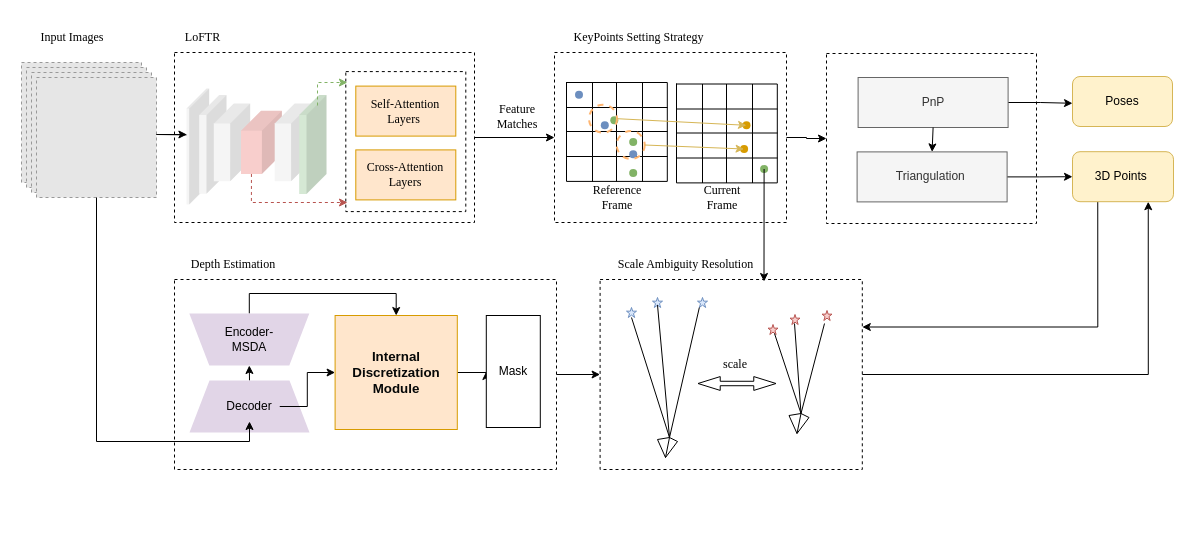
Earlier version of the draw.io diagram approach.drawio (Abigail248/endoscope_orb_slan3). Source tidied: cells renumbered, new cells numbered last; positions are measured from the earlier drawing's top-left corner, leaving out a move shared by most shapes. Both pictures are drawn from the tidied source at 100%, with x=0, y=0 at pixel (17, 17). Pictures stored in the file or linked from it are replaced by grey dashed boxes.
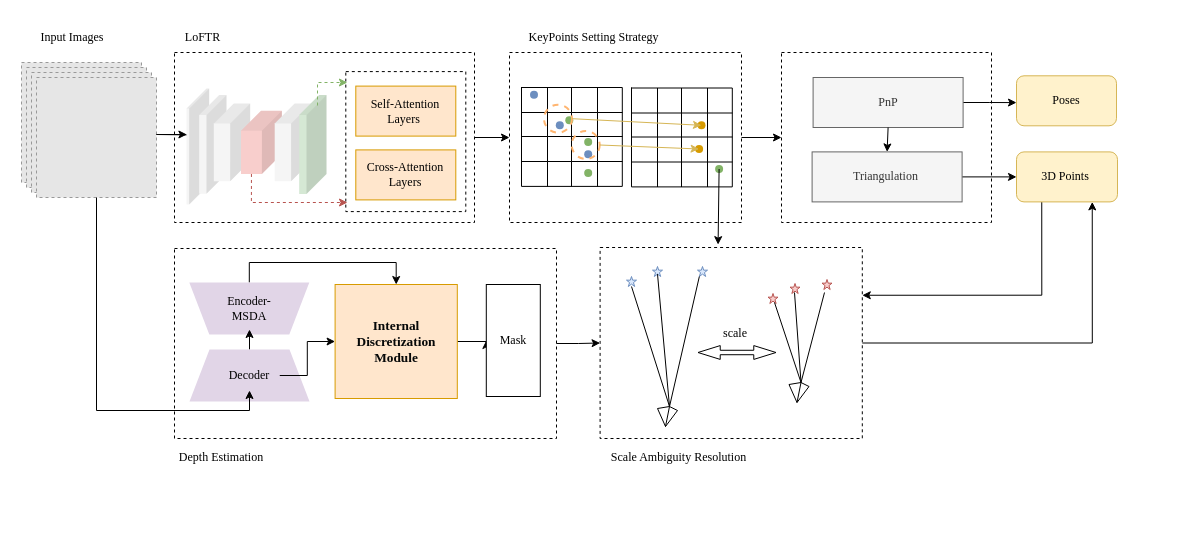
Above is the later version.

What changed in the source:
```diff
@@
     <mxCell id="2" style="rounded=0;whiteSpace=wrap;html=1;dashed=1;fillColor=none;strokeColor=default;" parent="1" vertex="1">
-      <mxGeometry x="157" y="262" width="382" height="190" as="geometry" />
+      <mxGeometry x="157" y="231" width="382" height="190" as="geometry" />
     </mxCell>
     <mxCell id="3" style="rounded=0;whiteSpace=wrap;html=1;dashed=1;fillColor=none;strokeColor=default;" parent="1" vertex="1">
-      <mxGeometry x="537" y="35" width="232" height="170" as="geometry" />
+      <mxGeometry x="492" y="35" width="232" height="170" as="geometry" />
     </mxCell>
     <mxCell id="4" style="verticalLabelPosition=bottom;verticalAlign=top;html=1;shape=mxgraph.basic.pyramid;dx1=0.4;dx2=0.6;dy1=0.9;dy2=0.8;flipH=0;flipV=1;" parent="1" vertex="1">
-      <mxGeometry x="640" y="420" width="20" height="20" as="geometry" />
+      <mxGeometry x="640" y="389" width="20" height="20" as="geometry" />
     </mxCell>
     <mxCell id="5" style="verticalLabelPosition=bottom;verticalAlign=top;html=1;shape=mxgraph.basic.star;fillColor=#dae8fc;strokeColor=#6c8ebf;" parent="1" vertex="1">
-      <mxGeometry x="635" y="280" width="10" height="10" as="geometry" />
+      <mxGeometry x="635" y="249" width="10" height="10" as="geometry" />
     </mxCell>
@@
     <mxCell id="7" style="verticalLabelPosition=bottom;verticalAlign=top;html=1;shape=mxgraph.basic.star;fillColor=#dae8fc;strokeColor=#6c8ebf;" parent="1" vertex="1">
-      <mxGeometry x="609" y="290" width="10" height="10" as="geometry" />
+      <mxGeometry x="609" y="259" width="10" height="10" as="geometry" />
     </mxCell>
     <mxCell id="8" style="verticalLabelPosition=bottom;verticalAlign=top;html=1;shape=mxgraph.basic.star;fillColor=#dae8fc;strokeColor=#6c8ebf;" parent="1" vertex="1">
-      <mxGeometry x="680" y="280" width="10" height="10" as="geometry" />
+      <mxGeometry x="680" y="249" width="10" height="10" as="geometry" />
     </mxCell>
     <mxCell id="9" style="endArrow=none;html=1;rounded=0;exitX=0;exitY=0;exitDx=12;exitDy=20;exitPerimeter=0;" parent="1" edge="1" source="4">
       <mxGeometry relative="1" as="geometry">
-        <mxPoint x="614" y="300" as="targetPoint" />
+        <mxPoint x="614" y="269" as="targetPoint" />
       </mxGeometry>
     </mxCell>
@@
     <mxCell id="11" style="verticalLabelPosition=bottom;verticalAlign=top;html=1;shape=mxgraph.basic.pyramid;dx1=0.4;dx2=0.6;dy1=0.9;dy2=0.8;flipH=0;flipV=1;" parent="1" vertex="1">
-      <mxGeometry x="771.5" y="396" width="20" height="20" as="geometry" />
+      <mxGeometry x="771.5" y="365" width="20" height="20" as="geometry" />
     </mxCell>
     <mxCell id="12" style="verticalLabelPosition=bottom;verticalAlign=top;html=1;shape=mxgraph.basic.star;fillColor=#f8cecc;strokeColor=#b85450;" parent="1" vertex="1">
-      <mxGeometry x="772.5" y="297" width="10" height="10" as="geometry" />
+      <mxGeometry x="772.5" y="266" width="10" height="10" as="geometry" />
     </mxCell>
     <mxCell id="13" style="endArrow=none;html=1;rounded=0;exitX=0;exitY=0;exitDx=12;exitDy=20;exitPerimeter=0;" parent="1" edge="1" source="11">
       <mxGeometry relative="1" as="geometry">
-        <mxPoint x="777" y="306" as="targetPoint" />
+        <mxPoint x="777" y="275" as="targetPoint" />
       </mxGeometry>
     </mxCell>
     <mxCell id="14" style="verticalLabelPosition=bottom;verticalAlign=top;html=1;shape=mxgraph.basic.star;fillColor=#f8cecc;strokeColor=#b85450;" parent="1" vertex="1">
-      <mxGeometry x="750.5" y="307" width="10" height="10" as="geometry" />
+      <mxGeometry x="750.5" y="276" width="10" height="10" as="geometry" />
     </mxCell>
     <mxCell id="15" style="verticalLabelPosition=bottom;verticalAlign=top;html=1;shape=mxgraph.basic.star;fillColor=#f8cecc;strokeColor=#b85450;" parent="1" vertex="1">
-      <mxGeometry x="804.5" y="293" width="10" height="10" as="geometry" />
+      <mxGeometry x="804.5" y="262" width="10" height="10" as="geometry" />
     </mxCell>
     <mxCell id="16" style="endArrow=none;html=1;rounded=0;exitX=0;exitY=0;exitDx=12;exitDy=20;exitPerimeter=0;" parent="1" edge="1" source="11">
       <mxGeometry relative="1" as="geometry">
-        <mxPoint x="757" y="316" as="targetPoint" />
+        <mxPoint x="757" y="285" as="targetPoint" />
       </mxGeometry>
     </mxCell>
     <mxCell id="17" style="endArrow=none;html=1;rounded=0;exitX=0;exitY=0;exitDx=12;exitDy=20;exitPerimeter=0;" parent="1" edge="1" source="11">
       <mxGeometry relative="1" as="geometry">
-        <mxPoint x="807" y="306" as="targetPoint" />
+        <mxPoint x="807" y="275" as="targetPoint" />
       </mxGeometry>
     </mxCell>
     <mxCell id="18" style="shape=flexArrow;endArrow=classic;startArrow=classic;html=1;rounded=0;width=4.444444444444445;startSize=7.0777777777777775;endWidth=8.395061728395062;endSize=7.0777777777777775;startWidth=8.395061728395062;" parent="1" edge="1">
       <mxGeometry relative="1" as="geometry">
-        <mxPoint x="680" y="366" as="sourcePoint" />
-        <mxPoint x="759" y="366" as="targetPoint" />
+        <mxPoint x="680" y="335" as="sourcePoint" />
+        <mxPoint x="759" y="335" as="targetPoint" />
       </mxGeometry>
     </mxCell>
     <mxCell id="19" style="shape=table;startSize=0;childLayout=tableLayout;" parent="1" vertex="1">
-      <mxGeometry x="659" y="66.5" width="100.8" height="98.9" as="geometry" />
+      <mxGeometry x="614" y="70.5" width="100.8" height="98.9" as="geometry" />
     </mxCell>
@@
     <mxCell id="40" style="shape=table;startSize=0;childLayout=tableLayout;" parent="1" vertex="1">
-      <mxGeometry x="549" y="65" width="100.8" height="98.9" as="geometry" />
+      <mxGeometry x="504" y="70" width="100.8" height="98.9" as="geometry" />
     </mxCell>
@@
     <mxCell id="62" style="shape=waypoint;sketch=0;fillStyle=solid;size=6;fillColor=#dae8fc;perimeter=centerPerimeter;strokeColor=#6c8ebf;strokeWidth=2;" parent="1" vertex="1">
-      <mxGeometry x="577.3" y="97.8" width="20" height="20" as="geometry" />
+      <mxGeometry x="532.3" y="97.8" width="20" height="20" as="geometry" />
     </mxCell>
     <mxCell id="63" style="shape=waypoint;sketch=0;fillStyle=solid;size=6;fillColor=#d5e8d4;perimeter=centerPerimeter;strokeColor=#82b366;strokeWidth=2;" parent="1" vertex="1">
-      <mxGeometry x="586.8" y="92.8" width="20" height="20" as="geometry" />
+      <mxGeometry x="541.8" y="92.8" width="20" height="20" as="geometry" />
     </mxCell>
     <mxCell id="64" style="shape=waypoint;sketch=0;fillStyle=solid;size=6;fillColor=#d5e8d4;perimeter=centerPerimeter;strokeColor=#82b366;strokeWidth=2;perimeterSpacing=2;" parent="1" vertex="1">
-      <mxGeometry x="605.7" y="114.5" width="20" height="20" as="geometry" />
+      <mxGeometry x="560.7" y="114.5" width="20" height="20" as="geometry" />
     </mxCell>
     <mxCell id="65" style="shape=waypoint;sketch=0;fillStyle=solid;size=6;fillColor=#dae8fc;perimeter=centerPerimeter;strokeColor=#6c8ebf;strokeWidth=2;" parent="1" vertex="1">
-      <mxGeometry x="605.7" y="126.8" width="20" height="20" as="geometry" />
+      <mxGeometry x="560.7" y="126.8" width="20" height="20" as="geometry" />
     </mxCell>
     <mxCell id="66" style="shape=waypoint;sketch=0;fillStyle=solid;size=6;points=[];fillColor=#d5e8d4;perimeter=centerPerimeter;snapToPoint=1;strokeColor=#82b366;strokeWidth=2;" parent="1" vertex="1">
-      <mxGeometry x="605.7" y="145.4" width="20" height="20" as="geometry" />
+      <mxGeometry x="560.7" y="145.4" width="20" height="20" as="geometry" />
     </mxCell>
     <mxCell id="67" style="ellipse;whiteSpace=wrap;html=1;fillColor=none;dashed=1;strokeColor=#FFB570;strokeWidth=2;" parent="1" vertex="1">
-      <mxGeometry x="571.5" y="87.2" width="28" height="28" as="geometry" />
+      <mxGeometry x="526.5" y="87.2" width="28" height="28" as="geometry" />
     </mxCell>
     <mxCell id="68" style="ellipse;whiteSpace=wrap;html=1;fillColor=none;dashed=1;strokeColor=#FFB570;strokeWidth=2;" parent="1" vertex="1">
-      <mxGeometry x="599.2" y="113.5" width="28" height="28" as="geometry" />
+      <mxGeometry x="554.2" y="113.5" width="28" height="28" as="geometry" />
     </mxCell>
@@
     <mxCell id="70" style="shape=waypoint;sketch=0;fillStyle=solid;size=6;fillColor=#dae8fc;perimeter=centerPerimeter;strokeColor=#6c8ebf;strokeWidth=2;" parent="1" vertex="1">
-      <mxGeometry x="551.5" y="67.2" width="20" height="20" as="geometry" />
+      <mxGeometry x="506.5" y="67.2" width="20" height="20" as="geometry" />
     </mxCell>
     <mxCell id="71" style="shape=waypoint;sketch=0;fillStyle=solid;size=6;points=[];fillColor=#ffe6cc;perimeter=centerPerimeter;snapToPoint=1;strokeColor=#d79b00;strokeWidth=2;" parent="1" vertex="1">
-      <mxGeometry x="719" y="97.8" width="20" height="20" as="geometry" />
+      <mxGeometry x="674" y="97.8" width="20" height="20" as="geometry" />
     </mxCell>
     <mxCell id="72" style="shape=waypoint;sketch=0;fillStyle=solid;size=6;points=[];fillColor=#ffe6cc;perimeter=centerPerimeter;snapToPoint=1;strokeColor=#d79b00;strokeWidth=2;perimeterSpacing=2;" parent="1" vertex="1">
-      <mxGeometry x="716.6" y="121.5" width="20" height="20" as="geometry" />
+      <mxGeometry x="671.6" y="121.5" width="20" height="20" as="geometry" />
     </mxCell>
     <mxCell id="73" style="shape=waypoint;sketch=0;fillStyle=solid;size=6;points=[];fillColor=#d5e8d4;perimeter=centerPerimeter;snapToPoint=1;strokeColor=#82b366;strokeWidth=2;" parent="1" vertex="1">
-      <mxGeometry x="736.6" y="141.5" width="20" height="20" as="geometry" />
+      <mxGeometry x="691.6" y="141.5" width="20" height="20" as="geometry" />
     </mxCell>
@@
-    <mxCell id="98" value="Feature&lt;br&gt;&amp;nbsp;Matches&amp;nbsp;" style="text;html=1;align=center;verticalAlign=middle;whiteSpace=wrap;rounded=0;fontFamily=Times New Roman;" parent="1" vertex="1">
-      <mxGeometry x="455" y="78.6" width="90" height="40" as="geometry" />
-    </mxCell>
-    <mxCell id="99" value="Reference Frame" style="text;html=1;align=center;verticalAlign=middle;whiteSpace=wrap;rounded=0;fontFamily=Times New Roman;" parent="1" vertex="1">
-      <mxGeometry x="559.6" y="165.4" width="79.6" height="29.6" as="geometry" />
-    </mxCell>
-    <mxCell id="100" value="Current Frame" style="text;html=1;align=center;verticalAlign=middle;whiteSpace=wrap;rounded=0;fontFamily=Times New Roman;" parent="1" vertex="1">
-      <mxGeometry x="675" y="165" width="60" height="30" as="geometry" />
-    </mxCell>
-    <mxCell id="101" style="edgeStyle=orthogonalEdgeStyle;rounded=0;jettySize=auto;html=1;" parent="1" edge="1" source="3" target="103">
-      <mxGeometry relative="1" as="geometry" />
-    </mxCell>
     <mxCell id="102" value="KeyPoints Setting Strategy&amp;nbsp;" style="text;html=1;align=center;verticalAlign=middle;whiteSpace=wrap;rounded=0;fontFamily=Times New Roman;" parent="1" vertex="1">
-      <mxGeometry x="537" width="172" height="40" as="geometry" />
+      <mxGeometry x="492" width="172" height="40" as="geometry" />
     </mxCell>
     <mxCell id="103" style="rounded=0;whiteSpace=wrap;html=1;dashed=1;fillColor=none;strokeColor=default;" parent="1" vertex="1">
-      <mxGeometry x="809" y="36" width="210" height="170" as="geometry" />
+      <mxGeometry x="764" y="35" width="210" height="170" as="geometry" />
     </mxCell>
@@
-    <mxCell id="105" value="PnP" style="rounded=0;whiteSpace=wrap;html=1;fillColor=#f5f5f5;strokeColor=#666666;fontColor=#333333;" parent="1" vertex="1">
-      <mxGeometry x="840.6" y="60" width="150" height="50" as="geometry" />
+    <mxCell id="105" value="PnP" style="rounded=0;whiteSpace=wrap;html=1;fillColor=#f5f5f5;strokeColor=#666666;fontColor=#333333;fontFamily=Times New Roman;" parent="1" vertex="1">
+      <mxGeometry x="795.6" y="60" width="150" height="50" as="geometry" />
     </mxCell>
@@
-    <mxCell id="107" value="Triangulation&amp;nbsp;" style="rounded=0;whiteSpace=wrap;html=1;direction=south;fillColor=#f5f5f5;strokeColor=#666666;fontColor=#333333;" parent="1" vertex="1">
-      <mxGeometry x="839.6" y="134.4" width="150" height="50" as="geometry" />
+    <mxCell id="107" value="Triangulation&amp;nbsp;" style="rounded=0;whiteSpace=wrap;html=1;direction=south;fillColor=#f5f5f5;strokeColor=#666666;fontColor=#333333;fontFamily=Times New Roman;" parent="1" vertex="1">
+      <mxGeometry x="794.6" y="134.4" width="150" height="50" as="geometry" />
     </mxCell>
@@
     <mxCell id="110" style="shape=trapezoid;perimeter=trapezoidPerimeter;whiteSpace=wrap;fixedSize=1;direction=south;rotation=90;html=1;fillColor=#e1d5e7;strokeColor=none;" parent="1" vertex="1">
-      <mxGeometry x="205.8" y="262" width="52" height="120" as="geometry" />
+      <mxGeometry x="205.8" y="231" width="52" height="120" as="geometry" />
     </mxCell>
-    <mxCell id="111" value="Encoder-MSDA" style="text;html=1;align=center;verticalAlign=middle;whiteSpace=wrap;rounded=0;fillColor=none;strokeColor=none;" parent="1" vertex="1">
-      <mxGeometry x="201.8" y="307" width="60" height="30" as="geometry" />
+    <mxCell id="111" value="Encoder-MSDA" style="text;html=1;align=center;verticalAlign=middle;whiteSpace=wrap;rounded=0;fillColor=none;strokeColor=none;fontFamily=Times New Roman;" parent="1" vertex="1">
+      <mxGeometry x="201.8" y="276" width="60" height="30" as="geometry" />
     </mxCell>
-    <mxCell id="112" style="edgeStyle=orthogonalEdgeStyle;rounded=0;jettySize=auto;html=1;exitX=0.5;exitY=0;exitDx=0;exitDy=0;entryX=0.5;entryY=0;entryDx=0;entryDy=0;" parent="1" edge="1" source="113" target="110">
-      <mxGeometry relative="1" as="geometry" />
+    <mxCell id="112" style="edgeStyle=orthogonalEdgeStyle;rounded=0;jettySize=auto;html=1;exitX=0.5;exitY=0;exitDx=0;exitDy=0;" parent="1" edge="1" source="113">
+      <mxGeometry relative="1" as="geometry">
+        <mxPoint x="232" y="312" as="targetPoint" />
+      </mxGeometry>
     </mxCell>
     <mxCell id="113" style="shape=trapezoid;perimeter=trapezoidPerimeter;whiteSpace=wrap;fixedSize=1;direction=west;rotation=-180;html=1;fillColor=#e1d5e7;strokeColor=none;" parent="1" vertex="1">
-      <mxGeometry x="172" y="363" width="120" height="52" as="geometry" />
+      <mxGeometry x="172" y="332" width="120" height="52" as="geometry" />
     </mxCell>
@@
-    <mxCell id="115" value="Decoder" style="text;html=1;align=center;verticalAlign=middle;whiteSpace=wrap;rounded=0;fillColor=#e1d5e7;strokeColor=none;" parent="1" vertex="1">
-      <mxGeometry x="202" y="374" width="60" height="30" as="geometry" />
+    <mxCell id="115" value="Decoder" style="text;html=1;align=center;verticalAlign=middle;whiteSpace=wrap;rounded=0;fillColor=#e1d5e7;strokeColor=none;fontFamily=Times New Roman;" parent="1" vertex="1">
+      <mxGeometry x="202" y="343" width="60" height="30" as="geometry" />
     </mxCell>
@@
-    <mxCell id="117" value="&lt;br&gt;&lt;span style=&quot;white-space: pre;&quot;&gt;&amp;nbsp;&amp;nbsp;&amp;nbsp;&amp;nbsp;&lt;/span&gt;&lt;span style=&quot;white-space: pre;&quot;&gt;&amp;nbsp;&amp;nbsp;&amp;nbsp;&amp;nbsp;&lt;/span&gt;&lt;div title=&quot;Page 3&quot; class=&quot;page&quot;&gt;&lt;br&gt;&lt;span style=&quot;white-space: pre;&quot;&gt;&amp;nbsp;&amp;nbsp;&amp;nbsp;&amp;nbsp;&lt;/span&gt;&lt;span style=&quot;white-space: pre;&quot;&gt;&amp;nbsp;&amp;nbsp;&amp;nbsp;&amp;nbsp;&lt;/span&gt;&lt;span style=&quot;white-space: pre;&quot;&gt;&amp;nbsp;&amp;nbsp;&amp;nbsp;&amp;nbsp;&lt;/span&gt;&lt;div class=&quot;layoutArea&quot;&gt;&lt;br&gt;&lt;span style=&quot;white-space: pre;&quot;&gt;&amp;nbsp;&amp;nbsp;&amp;nbsp;&amp;nbsp;&lt;/span&gt;&lt;span style=&quot;white-space: pre;&quot;&gt;&amp;nbsp;&amp;nbsp;&amp;nbsp;&amp;nbsp;&lt;/span&gt;&lt;span style=&quot;white-space: pre;&quot;&gt;&amp;nbsp;&amp;nbsp;&amp;nbsp;&amp;nbsp;&lt;/span&gt;&lt;span style=&quot;white-space: pre;&quot;&gt;&amp;nbsp;&amp;nbsp;&amp;nbsp;&amp;nbsp;&lt;/span&gt;&lt;div class=&quot;column&quot;&gt;&lt;br&gt;&lt;span style=&quot;white-space: pre;&quot;&gt;&amp;nbsp;&amp;nbsp;&amp;nbsp;&amp;nbsp;&lt;/span&gt;&lt;span style=&quot;white-space: pre;&quot;&gt;&amp;nbsp;&amp;nbsp;&amp;nbsp;&amp;nbsp;&lt;/span&gt;&lt;span style=&quot;white-space: pre;&quot;&gt;&amp;nbsp;&amp;nbsp;&amp;nbsp;&amp;nbsp;&lt;/span&gt;&lt;span style=&quot;white-space: pre;&quot;&gt;&amp;nbsp;&amp;nbsp;&amp;nbsp;&amp;nbsp;&lt;/span&gt;&lt;span style=&quot;white-space: pre;&quot;&gt;&amp;nbsp;&amp;nbsp;&amp;nbsp;&amp;nbsp;&lt;/span&gt;&lt;p&gt;&lt;span style=&quot;font-size: 10.000000pt; font-family: 'TimesNewRomanPS'; font-weight: 700; color: rgb(2.450000%, 3.136000%, 3.234000%)&quot;&gt;Internal Discretization&lt;br&gt;Module&lt;br&gt;&lt;/span&gt;&lt;/p&gt;&lt;br&gt;&lt;span style=&quot;white-space: pre;&quot;&gt;&amp;nbsp;&amp;nbsp;&amp;nbsp;&amp;nbsp;&lt;/span&gt;&lt;span style=&quot;white-space: pre;&quot;&gt;&amp;nbsp;&amp;nbsp;&amp;nbsp;&amp;nbsp;&lt;/span&gt;&lt;span style=&quot;white-space: pre;&quot;&gt;&amp;nbsp;&amp;nbsp;&amp;nbsp;&amp;nbsp;&lt;/span&gt;&lt;span style=&quot;white-space: pre;&quot;&gt;&amp;nbsp;&amp;nbsp;&amp;nbsp;&amp;nbsp;&lt;/span&gt;&lt;/div&gt;&lt;br&gt;&lt;span style=&quot;white-space: pre;&quot;&gt;&amp;nbsp;&amp;nbsp;&amp;nbsp;&amp;nbsp;&lt;/span&gt;&lt;span style=&quot;white-space: pre;&quot;&gt;&amp;nbsp;&amp;nbsp;&amp;nbsp;&amp;nbsp;&lt;/span&gt;&lt;span style=&quot;white-space: pre;&quot;&gt;&amp;nbsp;&amp;nbsp;&amp;nbsp;&amp;nbsp;&lt;/span&gt;&lt;/div&gt;&lt;br&gt;&lt;span style=&quot;white-space: pre;&quot;&gt;&amp;nbsp;&amp;nbsp;&amp;nbsp;&amp;nbsp;&lt;/span&gt;&lt;span style=&quot;white-space: pre;&quot;&gt;&amp;nbsp;&amp;nbsp;&amp;nbsp;&amp;nbsp;&lt;/span&gt;&lt;/div&gt;&lt;br&gt;&lt;span style=&quot;white-space: pre;&quot;&gt;&amp;nbsp;&amp;nbsp;&amp;nbsp;&amp;nbsp;&lt;/span&gt;" style="rounded=0;whiteSpace=wrap;html=1;fillColor=#ffe6cc;strokeColor=#d79b00;" parent="1" vertex="1">
-      <mxGeometry x="317.6" y="298" width="122.2" height="114" as="geometry" />
+    <mxCell id="117" value="&lt;br&gt;&lt;span style=&quot;white-space: pre;&quot;&gt;&amp;nbsp;&amp;nbsp;&amp;nbsp;&amp;nbsp;&lt;/span&gt;&lt;span style=&quot;white-space: pre;&quot;&gt;&amp;nbsp;&amp;nbsp;&amp;nbsp;&amp;nbsp;&lt;/span&gt;&lt;div class=&quot;page&quot; title=&quot;Page 3&quot;&gt;&lt;br&gt;&lt;span style=&quot;white-space: pre;&quot;&gt;&amp;nbsp;&amp;nbsp;&amp;nbsp;&amp;nbsp;&lt;/span&gt;&lt;span style=&quot;white-space: pre;&quot;&gt;&amp;nbsp;&amp;nbsp;&amp;nbsp;&amp;nbsp;&lt;/span&gt;&lt;span style=&quot;white-space: pre;&quot;&gt;&amp;nbsp;&amp;nbsp;&amp;nbsp;&amp;nbsp;&lt;/span&gt;&lt;div class=&quot;layoutArea&quot;&gt;&lt;br&gt;&lt;span style=&quot;white-space: pre;&quot;&gt;&amp;nbsp;&amp;nbsp;&amp;nbsp;&amp;nbsp;&lt;/span&gt;&lt;span style=&quot;white-space: pre;&quot;&gt;&amp;nbsp;&amp;nbsp;&amp;nbsp;&amp;nbsp;&lt;/span&gt;&lt;span style=&quot;white-space: pre;&quot;&gt;&amp;nbsp;&amp;nbsp;&amp;nbsp;&amp;nbsp;&lt;/span&gt;&lt;span style=&quot;white-space: pre;&quot;&gt;&amp;nbsp;&amp;nbsp;&amp;nbsp;&amp;nbsp;&lt;/span&gt;&lt;div class=&quot;column&quot;&gt;&lt;br&gt;&lt;span style=&quot;white-space: pre;&quot;&gt;&amp;nbsp;&amp;nbsp;&amp;nbsp;&amp;nbsp;&lt;/span&gt;&lt;span style=&quot;white-space: pre;&quot;&gt;&amp;nbsp;&amp;nbsp;&amp;nbsp;&amp;nbsp;&lt;/span&gt;&lt;span style=&quot;white-space: pre;&quot;&gt;&amp;nbsp;&amp;nbsp;&amp;nbsp;&amp;nbsp;&lt;/span&gt;&lt;span style=&quot;white-space: pre;&quot;&gt;&amp;nbsp;&amp;nbsp;&amp;nbsp;&amp;nbsp;&lt;/span&gt;&lt;span style=&quot;white-space: pre;&quot;&gt;&amp;nbsp;&amp;nbsp;&amp;nbsp;&amp;nbsp;&lt;/span&gt;&lt;p&gt;&lt;span style=&quot;font-size: 10pt; font-weight: 700; color: rgb(6, 8, 8);&quot;&gt;Internal Discretization&lt;br&gt;Module&lt;br&gt;&lt;/span&gt;&lt;/p&gt;&lt;br&gt;&lt;span style=&quot;white-space: pre;&quot;&gt;&amp;nbsp;&amp;nbsp;&amp;nbsp;&amp;nbsp;&lt;/span&gt;&lt;span style=&quot;white-space: pre;&quot;&gt;&amp;nbsp;&amp;nbsp;&amp;nbsp;&amp;nbsp;&lt;/span&gt;&lt;span style=&quot;white-space: pre;&quot;&gt;&amp;nbsp;&amp;nbsp;&amp;nbsp;&amp;nbsp;&lt;/span&gt;&lt;span style=&quot;white-space: pre;&quot;&gt;&amp;nbsp;&amp;nbsp;&amp;nbsp;&amp;nbsp;&lt;/span&gt;&lt;/div&gt;&lt;br&gt;&lt;span style=&quot;white-space: pre;&quot;&gt;&amp;nbsp;&amp;nbsp;&amp;nbsp;&amp;nbsp;&lt;/span&gt;&lt;span style=&quot;white-space: pre;&quot;&gt;&amp;nbsp;&amp;nbsp;&amp;nbsp;&amp;nbsp;&lt;/span&gt;&lt;span style=&quot;white-space: pre;&quot;&gt;&amp;nbsp;&amp;nbsp;&amp;nbsp;&amp;nbsp;&lt;/span&gt;&lt;/div&gt;&lt;br&gt;&lt;span style=&quot;white-space: pre;&quot;&gt;&amp;nbsp;&amp;nbsp;&amp;nbsp;&amp;nbsp;&lt;/span&gt;&lt;span style=&quot;white-space: pre;&quot;&gt;&amp;nbsp;&amp;nbsp;&amp;nbsp;&amp;nbsp;&lt;/span&gt;&lt;/div&gt;&lt;br&gt;&lt;span style=&quot;white-space: pre;&quot;&gt;&amp;nbsp;&amp;nbsp;&amp;nbsp;&amp;nbsp;&lt;/span&gt;" style="rounded=0;whiteSpace=wrap;html=1;fillColor=#ffe6cc;strokeColor=#d79b00;fontFamily=Times New Roman;" parent="1" vertex="1">
+      <mxGeometry x="317.6" y="267" width="122.2" height="114" as="geometry" />
     </mxCell>
-    <mxCell id="118" value="Mask" style="rounded=0;whiteSpace=wrap;html=1;" parent="1" vertex="1">
-      <mxGeometry x="468.8" y="298" width="54" height="112" as="geometry" />
+    <mxCell id="118" value="Mask" style="rounded=0;whiteSpace=wrap;html=1;fontFamily=Times New Roman;" parent="1" vertex="1">
+      <mxGeometry x="468.8" y="267" width="54" height="112" as="geometry" />
     </mxCell>
@@
     <mxCell id="120" value="Depth Estimation&amp;nbsp;" style="text;html=1;align=center;verticalAlign=middle;whiteSpace=wrap;rounded=0;fontFamily=Times New Roman;" parent="1" vertex="1">
-      <mxGeometry x="140.6" y="232" width="153" height="30" as="geometry" />
+      <mxGeometry x="129" y="425" width="153" height="30" as="geometry" />
     </mxCell>
-    <mxCell id="121" value="Poses" style="rounded=1;whiteSpace=wrap;html=1;fillColor=#fff2cc;strokeColor=#d6b656;" parent="1" vertex="1">
-      <mxGeometry x="1055" y="59" width="100" height="50" as="geometry" />
+    <mxCell id="121" value="Poses" style="rounded=1;whiteSpace=wrap;html=1;fillColor=#fff2cc;strokeColor=#d6b656;fontFamily=Times New Roman;" parent="1" vertex="1">
+      <mxGeometry x="999" y="58.3" width="100" height="50" as="geometry" />
     </mxCell>
@@
-    <mxCell id="123" value="3D Points&amp;nbsp;" style="rounded=1;whiteSpace=wrap;html=1;fillColor=#fff2cc;strokeColor=#d6b656;" parent="1" vertex="1">
-      <mxGeometry x="1055" y="134.2" width="101" height="50" as="geometry" />
+    <mxCell id="123" value="3D Points&amp;nbsp;" style="rounded=1;whiteSpace=wrap;html=1;fillColor=#fff2cc;strokeColor=#d6b656;fontFamily=Times New Roman;" parent="1" vertex="1">
+      <mxGeometry x="999" y="134.4" width="101" height="50" as="geometry" />
     </mxCell>
@@
     <mxCell id="125" style="rounded=0;whiteSpace=wrap;html=1;fillColor=none;dashed=1;" parent="1" vertex="1">
-      <mxGeometry x="582.6" y="262" width="262.2" height="190" as="geometry" />
+      <mxGeometry x="582.6" y="230" width="262.2" height="191" as="geometry" />
     </mxCell>
     <mxCell id="126" value="scale" style="text;html=1;align=center;verticalAlign=middle;whiteSpace=wrap;rounded=0;fontFamily=Times New Roman;" parent="1" vertex="1">
-      <mxGeometry x="687.9" y="332" width="60" height="30" as="geometry" />
+      <mxGeometry x="687.9" y="301" width="60" height="30" as="geometry" />
     </mxCell>
     <mxCell id="127" value="Scale Ambiguity Resolution&amp;nbsp;" style="text;html=1;align=center;verticalAlign=middle;whiteSpace=wrap;rounded=0;fontFamily=Times New Roman;" parent="1" vertex="1">
-      <mxGeometry x="582.6" y="232" width="174" height="30" as="geometry" />
+      <mxGeometry x="575.7" y="425" width="174" height="30" as="geometry" />
     </mxCell>
-    <mxCell id="128" style="endArrow=classic;html=1;rounded=0;exitX=0.662;exitY=0.69;exitDx=0;exitDy=0;exitPerimeter=0;entryX=0.942;entryY=1.067;entryDx=0;entryDy=0;entryPerimeter=0;" parent="1" edge="1" source="73" target="127">
+    <mxCell id="128" style="endArrow=classic;html=1;rounded=0;exitX=0.954;exitY=0.24;exitDx=0;exitDy=0;exitPerimeter=0;entryX=0.45;entryY=-0.015;entryDx=0;entryDy=0;entryPerimeter=0;" parent="1" edge="1" source="73" target="125">
       <mxGeometry relative="1" as="geometry" />
     </mxCell>
@@
+    <mxCell id="101" style="endArrow=classic;html=1;rounded=0;exitX=1;exitY=0.5;exitDx=0;exitDy=0;entryX=0;entryY=0.5;entryDx=0;entryDy=0;" parent="1" edge="1" source="3" target="103">
+      <mxGeometry relative="1" as="geometry" />
+    </mxCell>
```
